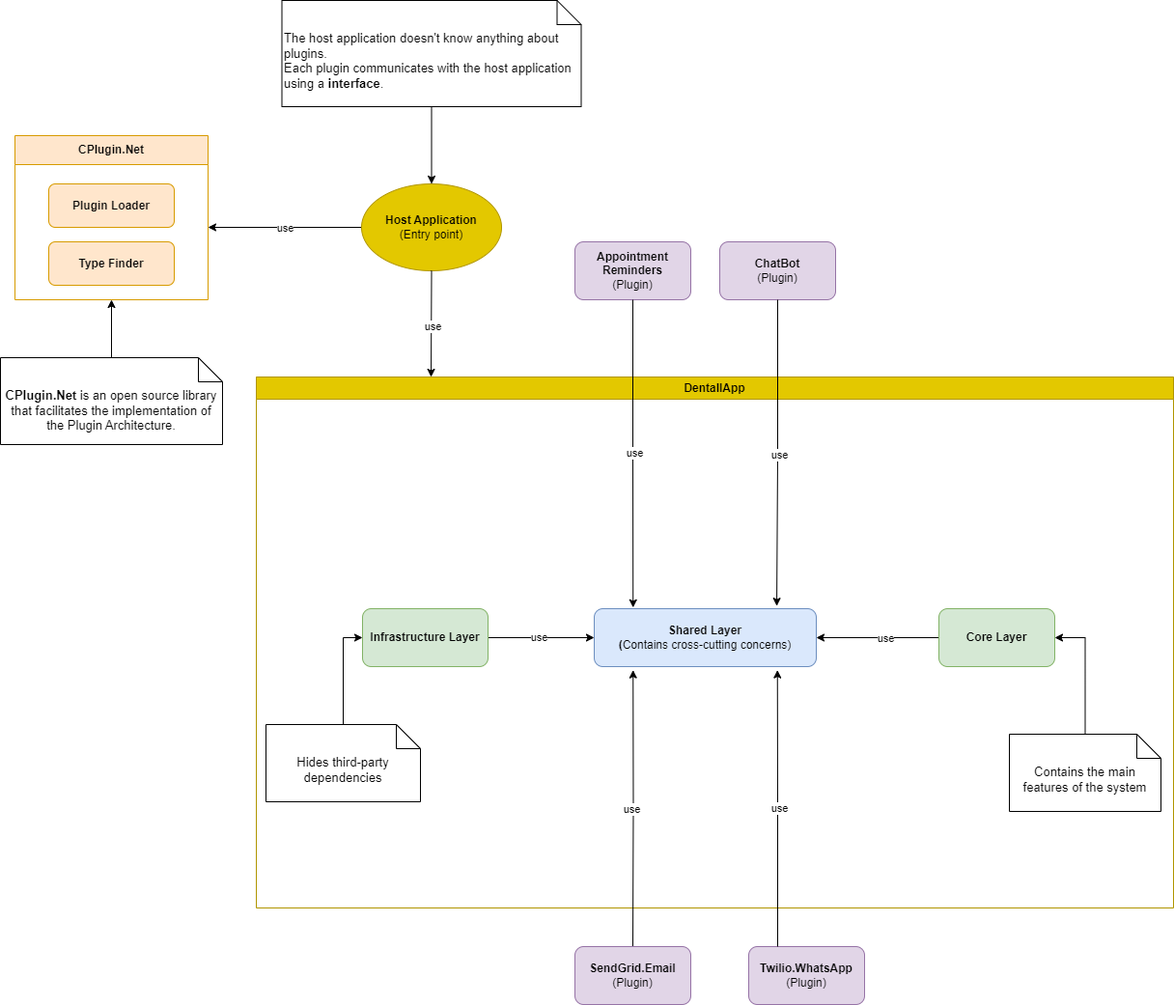
Earlier version of the draw.io export diagrams/general-architecture.png (DentallApp/back-end). Source tidied: cells renumbered, new cells last; positions are measured from the earlier drawing's top-left corner, leaving out a move shared by most shapes.
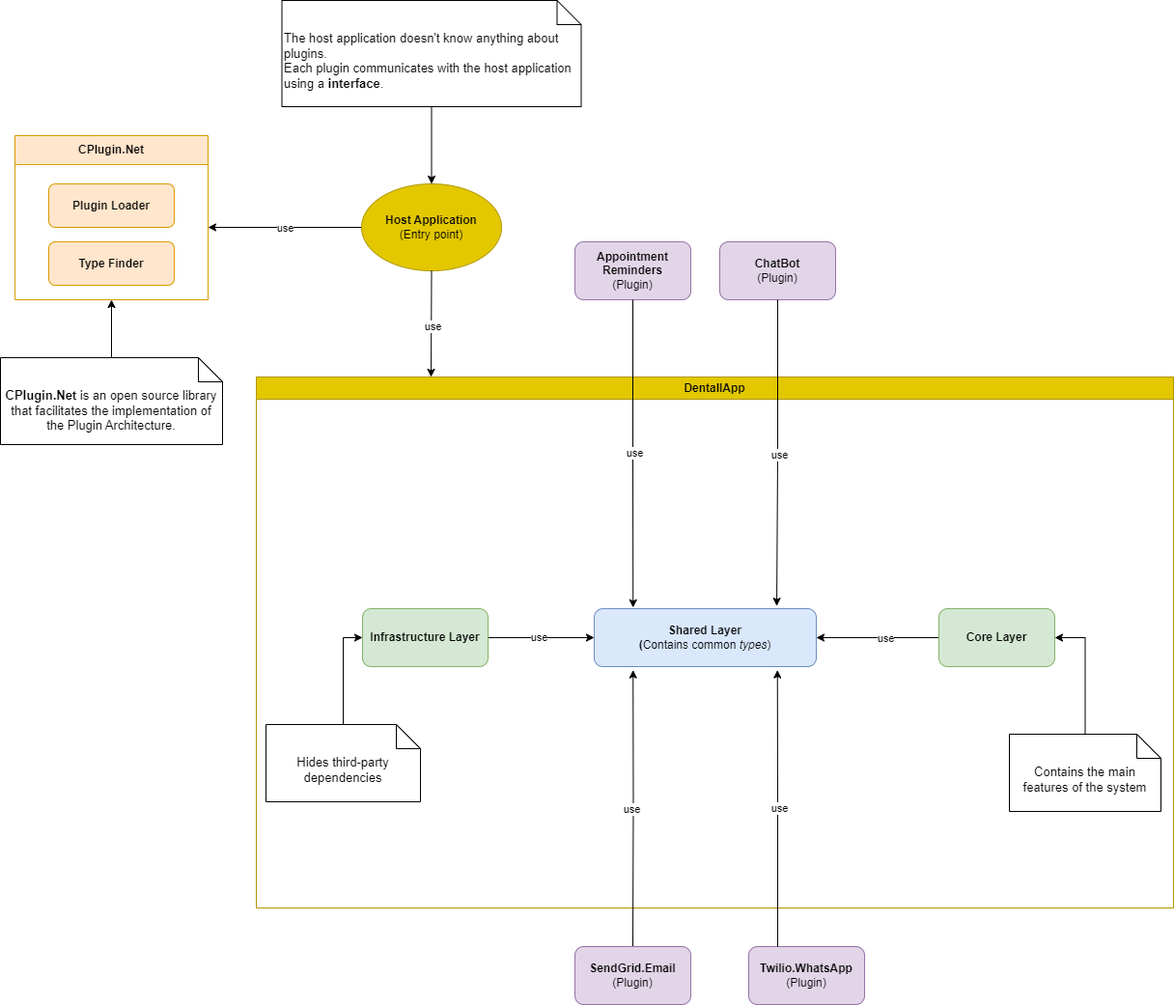
The same file after the commit.

Diff of the diagram source:
```diff
@@ -29,7 +29,7 @@
     <mxCell id="10" value="&lt;font style=&quot;font-size: 13px;&quot;&gt;Contains the main features of the system&lt;/font&gt;" style="shape=note2;boundedLbl=1;whiteSpace=wrap;html=1;size=25;verticalAlign=top;align=center;" parent="2" vertex="1">
       <mxGeometry x="780" y="370" width="157" height="80" as="geometry" />
     </mxCell>
-    <mxCell id="11" value="&lt;b&gt;Shared Layer&lt;br&gt;(&lt;/b&gt;Contains cross-cutting concerns)&lt;b&gt;&lt;br&gt;&lt;/b&gt;" style="rounded=1;whiteSpace=wrap;html=1;fillColor=#dae8fc;strokeColor=#6c8ebf;" parent="2" vertex="1">
+    <mxCell id="11" value="&lt;b&gt;Shared Layer&lt;br&gt;(&lt;/b&gt;Contains common &lt;i&gt;types&lt;/i&gt;)&lt;b&gt;&lt;br&gt;&lt;/b&gt;" style="rounded=1;whiteSpace=wrap;html=1;fillColor=#dae8fc;strokeColor=#6c8ebf;" parent="2" vertex="1">
       <mxGeometry x="350" y="240" width="230" height="60" as="geometry" />
     </mxCell>
     <mxCell id="12" value="&lt;font style=&quot;font-size: 13px;&quot;&gt;Hides third-party dependencies&lt;/font&gt;" style="shape=note2;boundedLbl=1;whiteSpace=wrap;html=1;size=25;verticalAlign=top;align=center;" parent="2" vertex="1">
```
